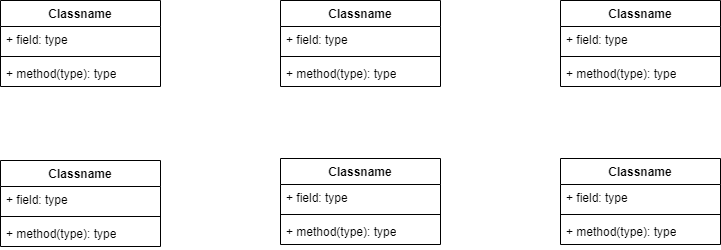
The draw.io diagram Stage3/Untitled Diagram.drawio.png in hoduy511/Website-Bat-Dong-San, before a commit. Source tidied: cells renumbered, new cells last; positions are measured from the earlier drawing's top-left corner, leaving out a move shared by most shapes. Its diagram source:
```xml
<mxGraphModel>
  <root>
    <mxCell id="0" />
    <mxCell id="1" parent="0" />
    <mxCell id="2" value="Classname" style="swimlane;fontStyle=1;align=center;verticalAlign=top;horizontal=1;startSize=26;whiteSpace=wrap;html=1;" parent="1" vertex="1">
      <mxGeometry width="160" height="86" as="geometry" />
    </mxCell>
    <mxCell id="3" value="+ field: type" style="text;strokeColor=none;fillColor=none;align=left;verticalAlign=top;spacingLeft=4;spacingRight=4;overflow=hidden;whiteSpace=wrap;html=1;" parent="2" vertex="1">
      <mxGeometry y="26" width="160" height="26" as="geometry" />
    </mxCell>
    <mxCell id="4" style="line;strokeWidth=1;fillColor=none;align=left;verticalAlign=middle;spacingTop=-1;spacingLeft=3;spacingRight=3;labelPosition=right;strokeColor=inherit;" parent="2" vertex="1">
      <mxGeometry y="52" width="160" height="8" as="geometry" />
    </mxCell>
    <mxCell id="5" value="+ method(type): type" style="text;strokeColor=none;fillColor=none;align=left;verticalAlign=top;spacingLeft=4;spacingRight=4;overflow=hidden;whiteSpace=wrap;html=1;" parent="2" vertex="1">
      <mxGeometry y="60" width="160" height="26" as="geometry" />
    </mxCell>
    <mxCell id="6" value="Classname" style="swimlane;fontStyle=1;align=center;verticalAlign=top;horizontal=1;startSize=26;whiteSpace=wrap;html=1;" parent="1" vertex="1">
      <mxGeometry x="280" width="160" height="86" as="geometry" />
    </mxCell>
    <mxCell id="7" value="+ field: type" style="text;strokeColor=none;fillColor=none;align=left;verticalAlign=top;spacingLeft=4;spacingRight=4;overflow=hidden;whiteSpace=wrap;html=1;" parent="6" vertex="1">
      <mxGeometry y="26" width="160" height="26" as="geometry" />
    </mxCell>
    <mxCell id="8" style="line;strokeWidth=1;fillColor=none;align=left;verticalAlign=middle;spacingTop=-1;spacingLeft=3;spacingRight=3;labelPosition=right;strokeColor=inherit;" parent="6" vertex="1">
      <mxGeometry y="52" width="160" height="8" as="geometry" />
    </mxCell>
    <mxCell id="9" value="+ method(type): type" style="text;strokeColor=none;fillColor=none;align=left;verticalAlign=top;spacingLeft=4;spacingRight=4;overflow=hidden;whiteSpace=wrap;html=1;" parent="6" vertex="1">
      <mxGeometry y="60" width="160" height="26" as="geometry" />
    </mxCell>
    <mxCell id="10" value="Classname" style="swimlane;fontStyle=1;align=center;verticalAlign=top;horizontal=1;startSize=26;whiteSpace=wrap;html=1;" parent="1" vertex="1">
      <mxGeometry x="560" width="160" height="86" as="geometry" />
    </mxCell>
    <mxCell id="11" value="+ field: type" style="text;strokeColor=none;fillColor=none;align=left;verticalAlign=top;spacingLeft=4;spacingRight=4;overflow=hidden;whiteSpace=wrap;html=1;" parent="10" vertex="1">
      <mxGeometry y="26" width="160" height="26" as="geometry" />
    </mxCell>
    <mxCell id="12" style="line;strokeWidth=1;fillColor=none;align=left;verticalAlign=middle;spacingTop=-1;spacingLeft=3;spacingRight=3;labelPosition=right;strokeColor=inherit;" parent="10" vertex="1">
      <mxGeometry y="52" width="160" height="8" as="geometry" />
    </mxCell>
    <mxCell id="13" value="+ method(type): type" style="text;strokeColor=none;fillColor=none;align=left;verticalAlign=top;spacingLeft=4;spacingRight=4;overflow=hidden;whiteSpace=wrap;html=1;" parent="10" vertex="1">
      <mxGeometry y="60" width="160" height="26" as="geometry" />
    </mxCell>
    <mxCell id="14" value="Classname" style="swimlane;fontStyle=1;align=center;verticalAlign=top;horizontal=1;startSize=26;whiteSpace=wrap;html=1;" parent="1" vertex="1">
      <mxGeometry y="160" width="160" height="86" as="geometry" />
    </mxCell>
    <mxCell id="15" value="+ field: type" style="text;strokeColor=none;fillColor=none;align=left;verticalAlign=top;spacingLeft=4;spacingRight=4;overflow=hidden;whiteSpace=wrap;html=1;" parent="14" vertex="1">
      <mxGeometry y="26" width="160" height="26" as="geometry" />
    </mxCell>
    <mxCell id="16" style="line;strokeWidth=1;fillColor=none;align=left;verticalAlign=middle;spacingTop=-1;spacingLeft=3;spacingRight=3;labelPosition=right;strokeColor=inherit;" parent="14" vertex="1">
      <mxGeometry y="52" width="160" height="8" as="geometry" />
    </mxCell>
    <mxCell id="17" value="+ method(type): type" style="text;strokeColor=none;fillColor=none;align=left;verticalAlign=top;spacingLeft=4;spacingRight=4;overflow=hidden;whiteSpace=wrap;html=1;" parent="14" vertex="1">
      <mxGeometry y="60" width="160" height="26" as="geometry" />
    </mxCell>
    <mxCell id="18" value="Classname" style="swimlane;fontStyle=1;align=center;verticalAlign=top;horizontal=1;startSize=26;whiteSpace=wrap;html=1;" parent="1" vertex="1">
      <mxGeometry x="280" y="158" width="160" height="86" as="geometry" />
    </mxCell>
    <mxCell id="19" value="+ field: type" style="text;strokeColor=none;fillColor=none;align=left;verticalAlign=top;spacingLeft=4;spacingRight=4;overflow=hidden;whiteSpace=wrap;html=1;" parent="18" vertex="1">
      <mxGeometry y="26" width="160" height="26" as="geometry" />
    </mxCell>
    <mxCell id="20" style="line;strokeWidth=1;fillColor=none;align=left;verticalAlign=middle;spacingTop=-1;spacingLeft=3;spacingRight=3;labelPosition=right;strokeColor=inherit;" parent="18" vertex="1">
      <mxGeometry y="52" width="160" height="8" as="geometry" />
    </mxCell>
    <mxCell id="21" value="+ method(type): type" style="text;strokeColor=none;fillColor=none;align=left;verticalAlign=top;spacingLeft=4;spacingRight=4;overflow=hidden;whiteSpace=wrap;html=1;" parent="18" vertex="1">
      <mxGeometry y="60" width="160" height="26" as="geometry" />
    </mxCell>
    <mxCell id="22" value="Classname" style="swimlane;fontStyle=1;align=center;verticalAlign=top;horizontal=1;startSize=26;whiteSpace=wrap;html=1;" parent="1" vertex="1">
      <mxGeometry x="560" y="158" width="160" height="86" as="geometry" />
    </mxCell>
    <mxCell id="23" value="+ field: type" style="text;strokeColor=none;fillColor=none;align=left;verticalAlign=top;spacingLeft=4;spacingRight=4;overflow=hidden;whiteSpace=wrap;html=1;" parent="22" vertex="1">
      <mxGeometry y="26" width="160" height="26" as="geometry" />
    </mxCell>
    <mxCell id="24" style="line;strokeWidth=1;fillColor=none;align=left;verticalAlign=middle;spacingTop=-1;spacingLeft=3;spacingRight=3;labelPosition=right;strokeColor=inherit;" parent="22" vertex="1">
      <mxGeometry y="52" width="160" height="8" as="geometry" />
    </mxCell>
    <mxCell id="25" value="+ method(type): type" style="text;strokeColor=none;fillColor=none;align=left;verticalAlign=top;spacingLeft=4;spacingRight=4;overflow=hidden;whiteSpace=wrap;html=1;" parent="22" vertex="1">
      <mxGeometry y="60" width="160" height="26" as="geometry" />
    </mxCell>
  </root>
</mxGraphModel>
```
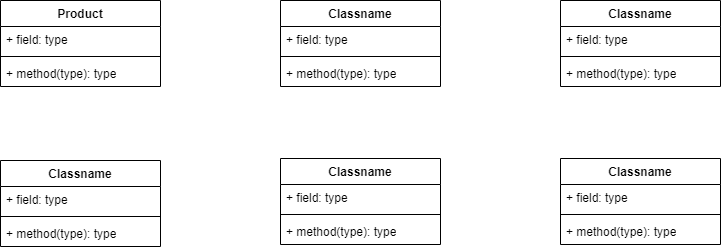
The same diagram one commit later.

What changed in the source:
```diff
@@ -2,7 +2,7 @@
   <root>
     <mxCell id="0" />
     <mxCell id="1" parent="0" />
-    <mxCell id="2" value="Classname" style="swimlane;fontStyle=1;align=center;verticalAlign=top;horizontal=1;startSize=26;whiteSpace=wrap;html=1;" parent="1" vertex="1">
+    <mxCell id="2" value="Product" style="swimlane;fontStyle=1;align=center;verticalAlign=top;horizontal=1;startSize=26;whiteSpace=wrap;html=1;" parent="1" vertex="1">
       <mxGeometry width="160" height="86" as="geometry" />
     </mxCell>
     <mxCell id="3" value="+ field: type" style="text;strokeColor=none;fillColor=none;align=left;verticalAlign=top;spacingLeft=4;spacingRight=4;overflow=hidden;whiteSpace=wrap;html=1;" parent="2" vertex="1">
```
